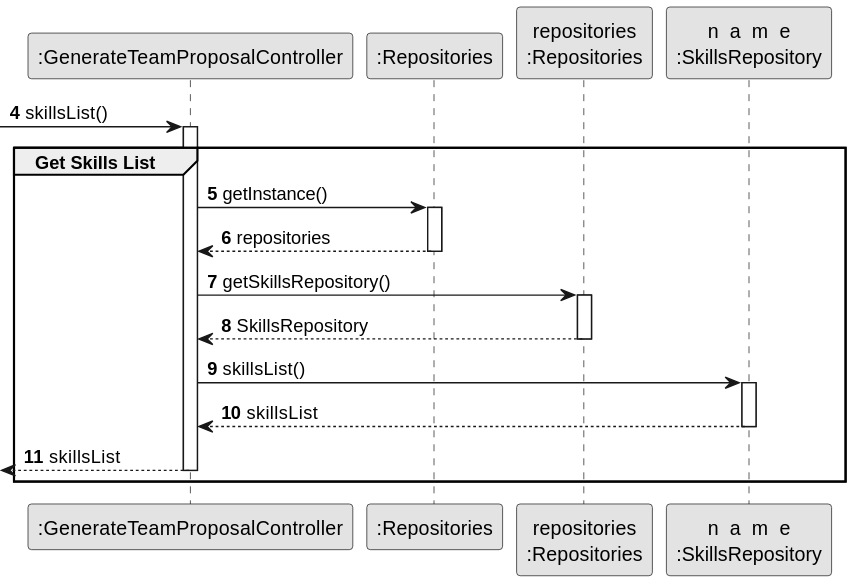
Earlier version of the PlantUML export docs/sprint2/us005/03.design/svg/us005-sequence-diagram-partial-skills-list.svg (1231360-ISEP/lei-24-s2-1db-g021).
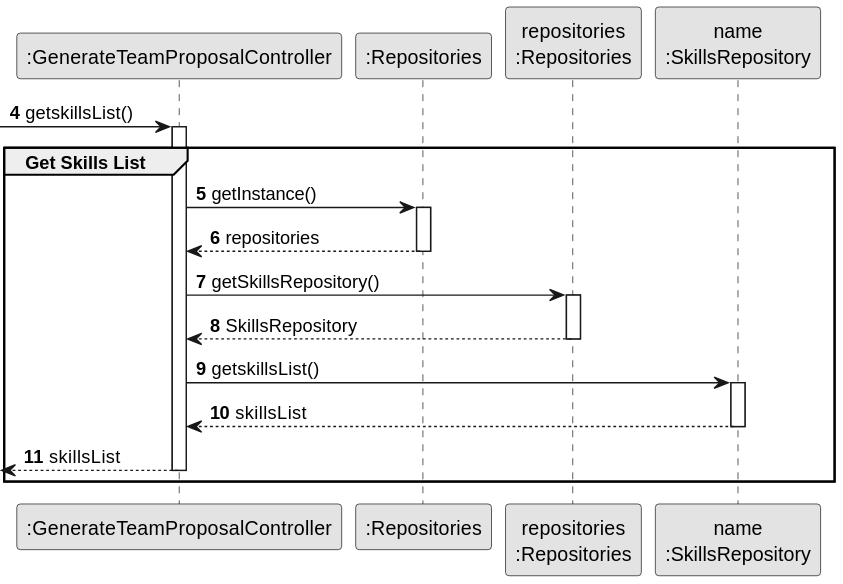
The same file after the commit.

Commit message:
Update US05 - Sequence Diagram split and partial skills list and SVG´s

Change to the diagram source:
```diff
@@ -8,10 +8,10 @@
 participant ":GenerateTeamProposalController" as CTRL
 participant ":Repositories" as RepositorySingleton
 participant "repositories\n:Repositories" as PLAT
-participant "skillName\n:SkillsRepository" as SkillsRepository
+participant "name\n:SkillsRepository" as SkillsRepository
 
 autonumber 4
--> CTRL : skillsList()
+-> CTRL : getskillsList()
 
 activate CTRL
 
@@ -29,7 +29,7 @@
 PLAT --> CTRL: SkillsRepository
 deactivate PLAT
 
-    CTRL -> SkillsRepository : skillsList()
+    CTRL -> SkillsRepository : getskillsList()
 activate SkillsRepository
 
 SkillsRepository --> CTRL : skillsList
```
